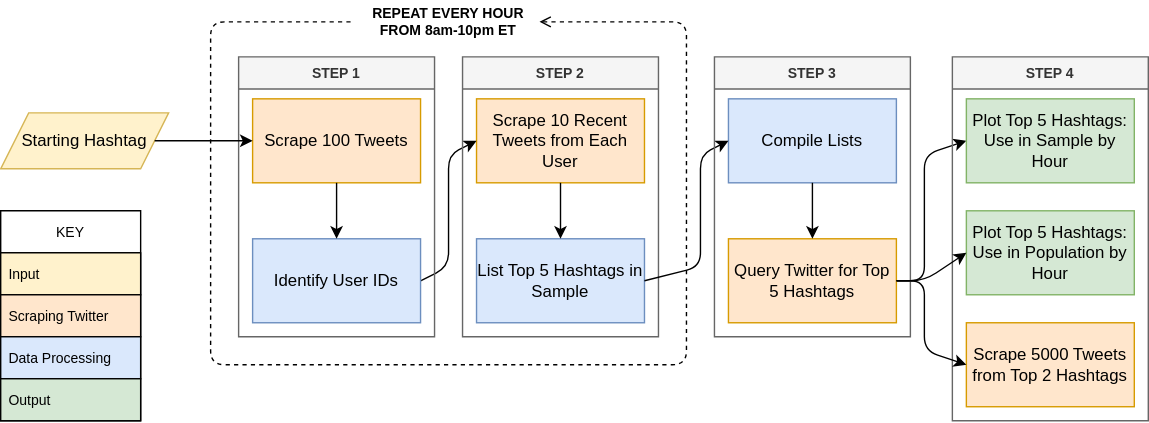
tmills107/PopHashtagIdentify keeps this draw.io diagram as auotmation_diagram.drawio.svg. Above is the earlier version. Source tidied: cells renumbered, new cells last; positions are measured from the earlier drawing's top-left corner, leaving out a move shared by most shapes.
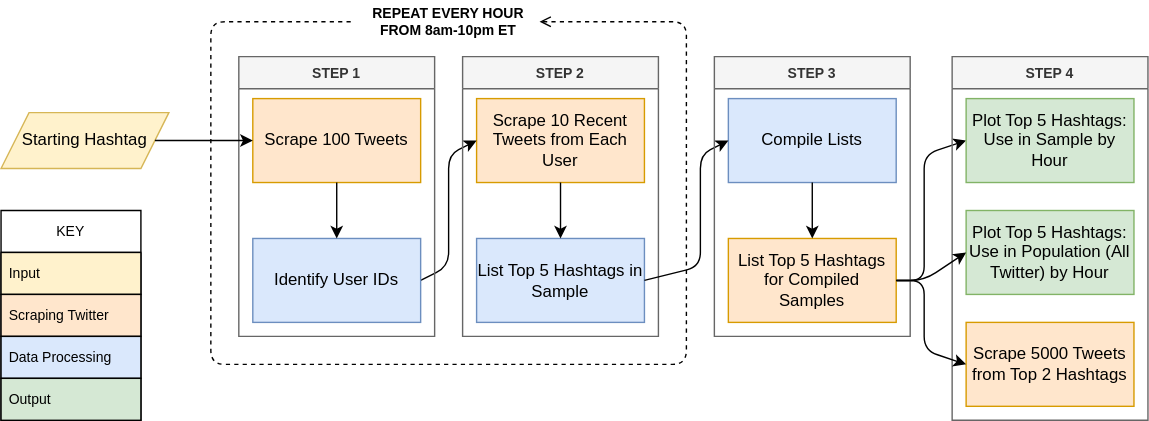
Later version of the same file.

Commit message:
changing diagram

The edit, as a diff of the source:
```diff
@@ -77,7 +77,7 @@
         </Array>
       </mxGeometry>
     </mxCell>
-    <mxCell id="19" value="Query Twitter for Top 5 Hashtags" style="whiteSpace=wrap;html=1;rounded=0;fillColor=#ffe6cc;strokeColor=#d79b00;" parent="2" vertex="1">
+    <mxCell id="19" value="List Top 5 Hashtags for Compiled Samples" style="whiteSpace=wrap;html=1;rounded=0;fillColor=#ffe6cc;strokeColor=#d79b00;" parent="2" vertex="1">
       <mxGeometry x="520" y="170" width="120" height="60" as="geometry" />
     </mxCell>
     <mxCell id="20" style="html=1;exitX=0.5;exitY=1;exitDx=0;exitDy=0;entryX=0.5;entryY=0;entryDx=0;entryDy=0;fontSize=10;endArrow=classic;endFill=1;elbow=vertical;" parent="2" edge="1" source="16" target="19">
@@ -95,7 +95,7 @@
     <mxCell id="24" value="Scrape 5000 Tweets from Top 2 Hashtags" style="whiteSpace=wrap;html=1;rounded=0;fillColor=#ffe6cc;strokeColor=#d79b00;" parent="23" vertex="1">
       <mxGeometry x="10" y="190" width="120" height="60" as="geometry" />
     </mxCell>
-    <mxCell id="25" value="Plot Top 5 Hashtags:&lt;br&gt;Use in Population by Hour&amp;nbsp;" style="whiteSpace=wrap;html=1;rounded=0;fillColor=#d5e8d4;strokeColor=#82b366;" parent="23" vertex="1">
+    <mxCell id="25" value="Plot Top 5 Hashtags:&lt;br&gt;Use in Population (All Twitter) by Hour&amp;nbsp;" style="whiteSpace=wrap;html=1;rounded=0;fillColor=#d5e8d4;strokeColor=#82b366;" parent="23" vertex="1">
       <mxGeometry x="10" y="110" width="120" height="60" as="geometry" />
     </mxCell>
     <mxCell id="26" style="edgeStyle=none;html=1;exitX=1;exitY=0.5;exitDx=0;exitDy=0;entryX=0;entryY=0.5;entryDx=0;entryDy=0;fontSize=10;endArrow=classic;endFill=1;elbow=vertical;" parent="2" edge="1" source="19" target="24">
```
